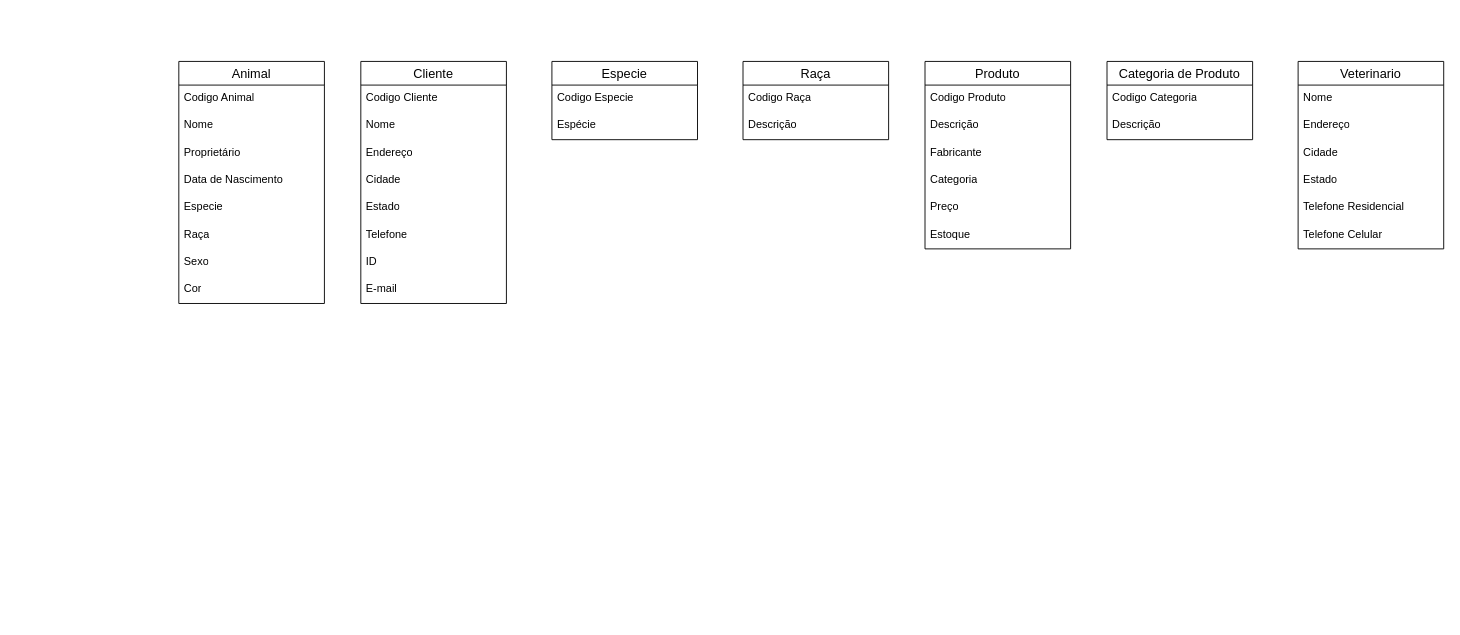
Before: MODELAGEM DE SOFTWARE Modelo Conceitual do Sistema.drawio in John-The-Fox/4-semestre, a draw.io diagram. Source tidied: cells renumbered, new cells numbered last; positions are measured from the earlier drawing's top-left corner, leaving out a move shared by most shapes. Both pictures are drawn from the tidied source at 91%, with x=0, y=0 at pixel (178, 61).
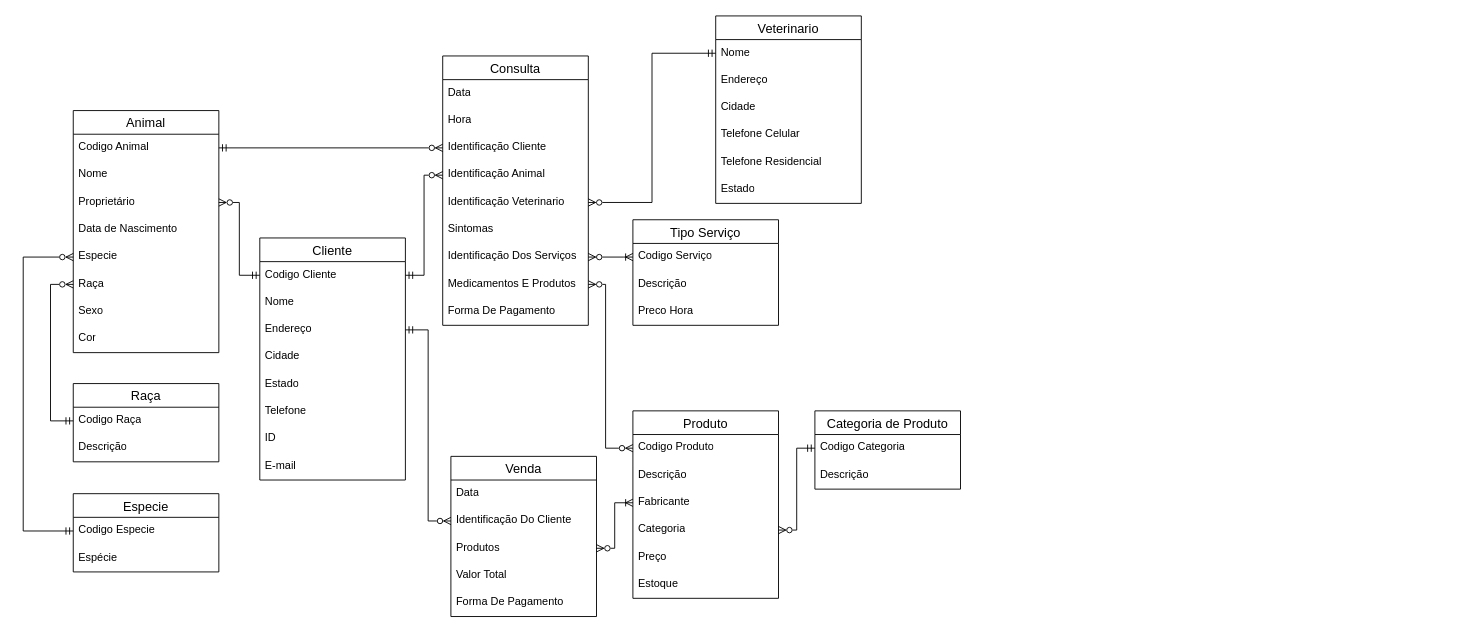
After the change.

The change refers to these unchanged cells:
```xml
<mxCell id="3" value="Codigo Animal" style="text;strokeColor=none;fillColor=none;spacingLeft=4;spacingRight=4;overflow=hidden;points=[[0,0.5],[1,0.5]];portConstraint=eastwest;fontSize=12;whiteSpace=wrap;html=1;" parent="2" vertex="1">
  <mxGeometry y="26" width="160" height="30" as="geometry" />
</mxCell>
<mxCell id="5" value="Proprietário" style="text;strokeColor=none;fillColor=none;spacingLeft=4;spacingRight=4;overflow=hidden;points=[[0,0.5],[1,0.5]];portConstraint=eastwest;fontSize=12;whiteSpace=wrap;html=1;" parent="2" vertex="1">
  <mxGeometry y="86" width="160" height="30" as="geometry" />
</mxCell>
<mxCell id="7" value="Especie" style="text;strokeColor=none;fillColor=none;spacingLeft=4;spacingRight=4;overflow=hidden;points=[[0,0.5],[1,0.5]];portConstraint=eastwest;fontSize=12;whiteSpace=wrap;html=1;" parent="2" vertex="1">
  <mxGeometry y="146" width="160" height="30" as="geometry" />
</mxCell>
<mxCell id="8" value="Raça" style="text;strokeColor=none;fillColor=none;spacingLeft=4;spacingRight=4;overflow=hidden;points=[[0,0.5],[1,0.5]];portConstraint=eastwest;fontSize=12;whiteSpace=wrap;html=1;" parent="2" vertex="1">
  <mxGeometry y="176" width="160" height="30" as="geometry" />
</mxCell>
<mxCell id="12" value="Codigo Cliente" style="text;strokeColor=none;fillColor=none;spacingLeft=4;spacingRight=4;overflow=hidden;points=[[0,0.5],[1,0.5]];portConstraint=eastwest;fontSize=12;whiteSpace=wrap;html=1;" parent="11" vertex="1">
  <mxGeometry y="26" width="160" height="30" as="geometry" />
</mxCell>
<mxCell id="14" value="Endereço" style="text;strokeColor=none;fillColor=none;spacingLeft=4;spacingRight=4;overflow=hidden;points=[[0,0.5],[1,0.5]];portConstraint=eastwest;fontSize=12;whiteSpace=wrap;html=1;" parent="11" vertex="1">
  <mxGeometry y="86" width="160" height="30" as="geometry" />
</mxCell>
<mxCell id="21" value="Codigo Especie" style="text;strokeColor=none;fillColor=none;spacingLeft=4;spacingRight=4;overflow=hidden;points=[[0,0.5],[1,0.5]];portConstraint=eastwest;fontSize=12;whiteSpace=wrap;html=1;" parent="20" vertex="1">
  <mxGeometry y="26" width="160" height="30" as="geometry" />
</mxCell>
<mxCell id="24" value="Codigo Raça" style="text;strokeColor=none;fillColor=none;spacingLeft=4;spacingRight=4;overflow=hidden;points=[[0,0.5],[1,0.5]];portConstraint=eastwest;fontSize=12;whiteSpace=wrap;html=1;" parent="23" vertex="1">
  <mxGeometry y="26" width="160" height="30" as="geometry" />
</mxCell>
<mxCell id="27" value="Codigo Produto" style="text;strokeColor=none;fillColor=none;spacingLeft=4;spacingRight=4;overflow=hidden;points=[[0,0.5],[1,0.5]];portConstraint=eastwest;fontSize=12;whiteSpace=wrap;html=1;" parent="26" vertex="1">
  <mxGeometry y="26" width="160" height="30" as="geometry" />
</mxCell>
<mxCell id="29" value="Fabricante" style="text;strokeColor=none;fillColor=none;spacingLeft=4;spacingRight=4;overflow=hidden;points=[[0,0.5],[1,0.5]];portConstraint=eastwest;fontSize=12;whiteSpace=wrap;html=1;" parent="26" vertex="1">
  <mxGeometry y="86" width="160" height="30" as="geometry" />
</mxCell>
<mxCell id="30" value="Categoria" style="text;strokeColor=none;fillColor=none;spacingLeft=4;spacingRight=4;overflow=hidden;points=[[0,0.5],[1,0.5]];portConstraint=eastwest;fontSize=12;whiteSpace=wrap;html=1;" parent="26" vertex="1">
  <mxGeometry y="116" width="160" height="30" as="geometry" />
</mxCell>
<mxCell id="34" value="Codigo Categoria" style="text;strokeColor=none;fillColor=none;spacingLeft=4;spacingRight=4;overflow=hidden;points=[[0,0.5],[1,0.5]];portConstraint=eastwest;fontSize=12;whiteSpace=wrap;html=1;" parent="33" vertex="1">
  <mxGeometry y="26" width="160" height="30" as="geometry" />
</mxCell>
<mxCell id="37" value="Nome" style="text;strokeColor=none;fillColor=none;spacingLeft=4;spacingRight=4;overflow=hidden;points=[[0,0.5],[1,0.5]];portConstraint=eastwest;fontSize=12;whiteSpace=wrap;html=1;" parent="36" vertex="1">
  <mxGeometry y="26" width="160" height="30" as="geometry" />
</mxCell>
```

The edit, as a diff of the source:
```diff
@@
     <mxCell id="2" value="Animal" style="swimlane;fontStyle=0;horizontal=1;startSize=26;align=center;fontSize=14;" parent="1" vertex="1">
-      <mxGeometry width="160" height="266" as="geometry" />
+      <mxGeometry x="-116" y="54" width="160" height="266" as="geometry" />
     </mxCell>
@@
-    <mxCell id="4" value="Nome" style="text;strokeColor=none;fillColor=none;spacingLeft=4;spacingRight=4;overflow=hidden;fontSize=12;whiteSpace=wrap;html=1;" parent="2" vertex="1">
-      <mxGeometry y="56" width="160" height="30" as="geometry" />
-    </mxCell>
+    <mxCell id="43" value="Nome" style="text;strokeColor=none;fillColor=none;spacingLeft=4;spacingRight=4;overflow=hidden;fontSize=12;whiteSpace=wrap;html=1;" parent="2" vertex="1">
+      <mxGeometry y="56" width="160" height="30" as="geometry" />
+    </mxCell>
@@
     <mxCell id="11" value="Cliente" style="swimlane;fontStyle=0;horizontal=1;startSize=26;align=center;fontSize=14;" parent="1" vertex="1">
-      <mxGeometry x="200" width="160" height="266" as="geometry" />
+      <mxGeometry x="89" y="194" width="160" height="266" as="geometry" />
     </mxCell>
@@
-    <mxCell id="13" value="Nome" style="text;strokeColor=none;fillColor=none;spacingLeft=4;spacingRight=4;overflow=hidden;fontSize=12;whiteSpace=wrap;html=1;" parent="11" vertex="1">
-      <mxGeometry y="56" width="160" height="30" as="geometry" />
-    </mxCell>
+    <mxCell id="44" value="Nome" style="text;strokeColor=none;fillColor=none;spacingLeft=4;spacingRight=4;overflow=hidden;fontSize=12;whiteSpace=wrap;html=1;" parent="11" vertex="1">
+      <mxGeometry y="56" width="160" height="30" as="geometry" />
+    </mxCell>
@@
+    <mxCell id="45" style="edgeStyle=orthogonalEdgeStyle;rounded=0;jettySize=auto;html=1;exitX=1;exitY=0.5;exitDx=0;exitDy=0;entryX=0;entryY=0.5;entryDx=0;entryDy=0;endArrow=ERmandOne;endFill=0;startArrow=ERzeroToMany;startFill=0;" parent="1" edge="1" source="5" target="12">
+      <mxGeometry relative="1" as="geometry" />
+    </mxCell>
     <mxCell id="20" value="Especie" style="swimlane;fontStyle=0;horizontal=1;startSize=26;align=center;fontSize=14;" parent="1" vertex="1">
-      <mxGeometry x="410" width="160" height="86" as="geometry" />
+      <mxGeometry x="-116" y="475" width="160" height="86" as="geometry" />
     </mxCell>
@@
     <mxCell id="23" value="Raça" style="swimlane;fontStyle=0;horizontal=1;startSize=26;align=center;fontSize=14;" parent="1" vertex="1">
-      <mxGeometry x="620" width="160" height="86" as="geometry" />
+      <mxGeometry x="-116" y="354" width="160" height="86" as="geometry" />
     </mxCell>
@@
-    <mxCell id="25" value="Descrição" style="text;strokeColor=none;fillColor=none;spacingLeft=4;spacingRight=4;overflow=hidden;fontSize=12;whiteSpace=wrap;html=1;" parent="23" vertex="1">
-      <mxGeometry y="56" width="160" height="30" as="geometry" />
-    </mxCell>
+    <mxCell id="46" value="Descrição" style="text;strokeColor=none;fillColor=none;spacingLeft=4;spacingRight=4;overflow=hidden;fontSize=12;whiteSpace=wrap;html=1;" parent="23" vertex="1">
+      <mxGeometry y="56" width="160" height="30" as="geometry" />
+    </mxCell>
+    <mxCell id="47" style="edgeStyle=orthogonalEdgeStyle;rounded=0;jettySize=auto;html=1;exitX=0;exitY=0.5;exitDx=0;exitDy=0;entryX=0;entryY=0.5;entryDx=0;entryDy=0;endArrow=ERmandOne;endFill=0;startArrow=ERzeroToMany;startFill=0;" parent="1" edge="1" source="7" target="21">
+      <mxGeometry relative="1" as="geometry">
+        <Array as="points">
+          <mxPoint x="-171" y="215" />
+          <mxPoint x="-171" y="516" />
+        </Array>
+      </mxGeometry>
+    </mxCell>
+    <mxCell id="48" style="edgeStyle=orthogonalEdgeStyle;rounded=0;jettySize=auto;html=1;exitX=0;exitY=0.5;exitDx=0;exitDy=0;entryX=0;entryY=0.5;entryDx=0;entryDy=0;endArrow=ERmandOne;endFill=0;startArrow=ERzeroToMany;startFill=0;" parent="1" edge="1" source="8" target="24">
+      <mxGeometry relative="1" as="geometry">
+        <Array as="points">
+          <mxPoint x="-141" y="245" />
+          <mxPoint x="-141" y="395" />
+        </Array>
+      </mxGeometry>
+    </mxCell>
+    <mxCell id="49" value="Venda" style="swimlane;fontStyle=0;horizontal=1;startSize=26;align=center;fontSize=14;" parent="1" vertex="1">
+      <mxGeometry x="299" y="434" width="160" height="176" as="geometry" />
+    </mxCell>
+    <mxCell id="50" value="Data" style="text;strokeColor=none;fillColor=none;spacingLeft=4;spacingRight=4;overflow=hidden;fontSize=12;whiteSpace=wrap;html=1;" parent="49" vertex="1">
+      <mxGeometry y="26" width="160" height="30" as="geometry" />
+    </mxCell>
+    <mxCell id="51" value="&lt;div&gt;Identificação Do Cliente&lt;/div&gt;&lt;div&gt;&lt;br&gt;&lt;/div&gt;" style="text;strokeColor=none;fillColor=none;spacingLeft=4;spacingRight=4;overflow=hidden;points=[[0,0.5],[1,0.5]];portConstraint=eastwest;fontSize=12;whiteSpace=wrap;html=1;" parent="49" vertex="1">
+      <mxGeometry y="56" width="160" height="30" as="geometry" />
+    </mxCell>
+    <mxCell id="52" value="&lt;div&gt;&lt;div&gt;Produtos&lt;/div&gt;&lt;/div&gt;&lt;div&gt;&lt;br&gt;&lt;/div&gt;" style="text;strokeColor=none;fillColor=none;spacingLeft=4;spacingRight=4;overflow=hidden;points=[[0,0.5],[1,0.5]];portConstraint=eastwest;fontSize=12;whiteSpace=wrap;html=1;" parent="49" vertex="1">
+      <mxGeometry y="86" width="160" height="30" as="geometry" />
+    </mxCell>
+    <mxCell id="53" value="&lt;div&gt;&lt;div&gt;Valor Total&lt;/div&gt;&lt;/div&gt;&lt;div&gt;&lt;br&gt;&lt;/div&gt;" style="text;strokeColor=none;fillColor=none;spacingLeft=4;spacingRight=4;overflow=hidden;fontSize=12;whiteSpace=wrap;html=1;" parent="49" vertex="1">
+      <mxGeometry y="116" width="160" height="30" as="geometry" />
+    </mxCell>
+    <mxCell id="54" value="&lt;div&gt;&lt;div&gt;Forma De Pagamento&lt;/div&gt;&lt;/div&gt;&lt;div&gt;&lt;br&gt;&lt;/div&gt;" style="text;strokeColor=none;fillColor=none;spacingLeft=4;spacingRight=4;overflow=hidden;fontSize=12;whiteSpace=wrap;html=1;" parent="49" vertex="1">
+      <mxGeometry y="146" width="160" height="30" as="geometry" />
+    </mxCell>
+    <mxCell id="55" style="edgeStyle=orthogonalEdgeStyle;rounded=0;jettySize=auto;html=1;exitX=0;exitY=0.5;exitDx=0;exitDy=0;entryX=1;entryY=0.5;entryDx=0;entryDy=0;endArrow=ERmandOne;endFill=0;startArrow=ERzeroToMany;startFill=0;" parent="1" edge="1" source="51" target="14">
+      <mxGeometry relative="1" as="geometry" />
+    </mxCell>
+    <mxCell id="56" value="Consulta" style="swimlane;fontStyle=0;horizontal=1;startSize=26;align=center;fontSize=14;" parent="1" vertex="1">
+      <mxGeometry x="290" y="-6" width="160" height="296" as="geometry" />
+    </mxCell>
+    <mxCell id="57" value="Data" style="text;strokeColor=none;fillColor=none;spacingLeft=4;spacingRight=4;overflow=hidden;fontSize=12;whiteSpace=wrap;html=1;" parent="56" vertex="1">
+      <mxGeometry y="26" width="160" height="30" as="geometry" />
+    </mxCell>
+    <mxCell id="58" value="Hora" style="text;strokeColor=none;fillColor=none;spacingLeft=4;spacingRight=4;overflow=hidden;fontSize=12;whiteSpace=wrap;html=1;" parent="56" vertex="1">
+      <mxGeometry y="56" width="160" height="30" as="geometry" />
+    </mxCell>
+    <mxCell id="59" value="&lt;div&gt;Identificação Cliente&lt;/div&gt;&lt;div&gt;&lt;br&gt;&lt;/div&gt;" style="text;strokeColor=none;fillColor=none;spacingLeft=4;spacingRight=4;overflow=hidden;points=[[0,0.5],[1,0.5]];portConstraint=eastwest;fontSize=12;whiteSpace=wrap;html=1;" parent="56" vertex="1">
+      <mxGeometry y="86" width="160" height="30" as="geometry" />
+    </mxCell>
+    <mxCell id="60" value="&lt;div&gt;Identificação Animal&lt;/div&gt;&lt;div&gt;&lt;br&gt;&lt;/div&gt;" style="text;strokeColor=none;fillColor=none;spacingLeft=4;spacingRight=4;overflow=hidden;points=[[0,0.5],[1,0.5]];portConstraint=eastwest;fontSize=12;whiteSpace=wrap;html=1;" parent="56" vertex="1">
+      <mxGeometry y="116" width="160" height="30" as="geometry" />
+    </mxCell>
+    <mxCell id="61" value="&lt;div&gt;Identificação Veterinario&lt;/div&gt;&lt;div&gt;&lt;br&gt;&lt;/div&gt;" style="text;strokeColor=none;fillColor=none;spacingLeft=4;spacingRight=4;overflow=hidden;points=[[0,0.5],[1,0.5]];portConstraint=eastwest;fontSize=12;whiteSpace=wrap;html=1;" parent="56" vertex="1">
+      <mxGeometry y="146" width="160" height="30" as="geometry" />
+    </mxCell>
+    <mxCell id="62" value="&lt;div&gt;Sintomas&lt;/div&gt;&lt;div&gt;&lt;br&gt;&lt;/div&gt;" style="text;strokeColor=none;fillColor=none;spacingLeft=4;spacingRight=4;overflow=hidden;fontSize=12;whiteSpace=wrap;html=1;" parent="56" vertex="1">
+      <mxGeometry y="176" width="160" height="30" as="geometry" />
+    </mxCell>
+    <mxCell id="63" value="&lt;div&gt;&lt;div&gt;Identificação Dos Serviços&lt;/div&gt;&lt;/div&gt;&lt;div&gt;&lt;br&gt;&lt;/div&gt;" style="text;strokeColor=none;fillColor=none;spacingLeft=4;spacingRight=4;overflow=hidden;points=[[0,0.5],[1,0.5]];portConstraint=eastwest;fontSize=12;whiteSpace=wrap;html=1;" parent="56" vertex="1">
+      <mxGeometry y="206" width="160" height="30" as="geometry" />
+    </mxCell>
+    <mxCell id="64" value="&lt;div&gt;&lt;div&gt;&lt;div&gt;Medicamentos E Produtos&lt;/div&gt;&lt;/div&gt;&lt;/div&gt;&lt;div&gt;&lt;br&gt;&lt;/div&gt;" style="text;strokeColor=none;fillColor=none;spacingLeft=4;spacingRight=4;overflow=hidden;points=[[0,0.5],[1,0.5]];portConstraint=eastwest;fontSize=12;whiteSpace=wrap;html=1;" parent="56" vertex="1">
+      <mxGeometry y="236" width="160" height="30" as="geometry" />
+    </mxCell>
+    <mxCell id="65" value="&lt;div&gt;&lt;div&gt;&lt;div&gt;Forma De Pagamento&lt;/div&gt;&lt;/div&gt;&lt;/div&gt;&lt;div&gt;&lt;br&gt;&lt;/div&gt;" style="text;strokeColor=none;fillColor=none;spacingLeft=4;spacingRight=4;overflow=hidden;fontSize=12;whiteSpace=wrap;html=1;" parent="56" vertex="1">
+      <mxGeometry y="266" width="160" height="30" as="geometry" />
+    </mxCell>
+    <mxCell id="66" style="edgeStyle=orthogonalEdgeStyle;rounded=0;jettySize=auto;html=1;exitX=0;exitY=0.5;exitDx=0;exitDy=0;entryX=1;entryY=0.5;entryDx=0;entryDy=0;endArrow=ERmandOne;endFill=0;startArrow=ERzeroToMany;startFill=0;" parent="1" edge="1" source="60" target="12">
+      <mxGeometry relative="1" as="geometry" />
+    </mxCell>
     <mxCell id="26" value="Produto" style="swimlane;fontStyle=0;horizontal=1;startSize=26;align=center;fontSize=14;" parent="1" vertex="1">
-      <mxGeometry x="820" width="160" height="206" as="geometry" />
+      <mxGeometry x="499" y="384" width="160" height="206" as="geometry" />
     </mxCell>
@@
-    <mxCell id="28" value="Descrição" style="text;strokeColor=none;fillColor=none;spacingLeft=4;spacingRight=4;overflow=hidden;fontSize=12;whiteSpace=wrap;html=1;" parent="26" vertex="1">
-      <mxGeometry y="56" width="160" height="30" as="geometry" />
-    </mxCell>
+    <mxCell id="67" value="Descrição" style="text;strokeColor=none;fillColor=none;spacingLeft=4;spacingRight=4;overflow=hidden;fontSize=12;whiteSpace=wrap;html=1;" parent="26" vertex="1">
+      <mxGeometry y="56" width="160" height="30" as="geometry" />
+    </mxCell>
@@
     <mxCell id="33" value="Categoria de Produto" style="swimlane;fontStyle=0;horizontal=1;startSize=26;align=center;fontSize=14;" parent="1" vertex="1">
-      <mxGeometry x="1020" width="160" height="86" as="geometry" />
+      <mxGeometry x="699" y="384" width="160" height="86" as="geometry" />
     </mxCell>
@@
-    <mxCell id="35" value="Descrição" style="text;strokeColor=none;fillColor=none;spacingLeft=4;spacingRight=4;overflow=hidden;fontSize=12;whiteSpace=wrap;html=1;" parent="33" vertex="1">
-      <mxGeometry y="56" width="160" height="30" as="geometry" />
-    </mxCell>
+    <mxCell id="68" value="Descrição" style="text;strokeColor=none;fillColor=none;spacingLeft=4;spacingRight=4;overflow=hidden;fontSize=12;whiteSpace=wrap;html=1;" parent="33" vertex="1">
+      <mxGeometry y="56" width="160" height="30" as="geometry" />
+    </mxCell>
+    <mxCell id="69" style="edgeStyle=orthogonalEdgeStyle;rounded=0;jettySize=auto;html=1;exitX=1;exitY=0.5;exitDx=0;exitDy=0;entryX=0;entryY=0.5;entryDx=0;entryDy=0;endArrow=ERmandOne;endFill=0;startArrow=ERzeroToMany;startFill=0;" parent="1" edge="1" source="30" target="34">
+      <mxGeometry relative="1" as="geometry" />
+    </mxCell>
+    <mxCell id="70" style="edgeStyle=orthogonalEdgeStyle;rounded=0;jettySize=auto;html=1;exitX=1;exitY=0.5;exitDx=0;exitDy=0;entryX=0;entryY=0.5;entryDx=0;entryDy=0;endArrow=ERzeroToMany;endFill=0;startArrow=ERzeroToMany;startFill=0;" parent="1" edge="1" source="64" target="27">
+      <mxGeometry relative="1" as="geometry">
+        <Array as="points">
+          <mxPoint x="469" y="245" />
+          <mxPoint x="469" y="425" />
+        </Array>
+      </mxGeometry>
+    </mxCell>
+    <mxCell id="71" value="Tipo Serviço" style="swimlane;fontStyle=0;horizontal=1;startSize=26;align=center;fontSize=14;" parent="1" vertex="1">
+      <mxGeometry x="499" y="174" width="160" height="116" as="geometry" />
+    </mxCell>
+    <mxCell id="72" value="Codigo Serviço&lt;br&gt;" style="text;strokeColor=none;fillColor=none;spacingLeft=4;spacingRight=4;overflow=hidden;points=[[0,0.5],[1,0.5]];portConstraint=eastwest;fontSize=12;whiteSpace=wrap;html=1;" parent="71" vertex="1">
+      <mxGeometry y="26" width="160" height="30" as="geometry" />
+    </mxCell>
+    <mxCell id="73" value="Descrição" style="text;strokeColor=none;fillColor=none;spacingLeft=4;spacingRight=4;overflow=hidden;fontSize=12;whiteSpace=wrap;html=1;" parent="71" vertex="1">
+      <mxGeometry y="56" width="160" height="30" as="geometry" />
+    </mxCell>
+    <mxCell id="74" value="Preco Hora" style="text;strokeColor=none;fillColor=none;spacingLeft=4;spacingRight=4;overflow=hidden;fontSize=12;whiteSpace=wrap;html=1;" parent="71" vertex="1">
+      <mxGeometry y="86" width="160" height="30" as="geometry" />
+    </mxCell>
+    <mxCell id="75" style="edgeStyle=orthogonalEdgeStyle;rounded=0;jettySize=auto;html=1;exitX=1;exitY=0.5;exitDx=0;exitDy=0;entryX=0;entryY=0.5;entryDx=0;entryDy=0;endArrow=ERoneToMany;endFill=0;startArrow=ERzeroToMany;startFill=0;" parent="1" edge="1" source="63" target="72">
+      <mxGeometry relative="1" as="geometry">
+        <Array as="points">
+          <mxPoint x="489" y="215" />
+          <mxPoint x="489" y="215" />
+        </Array>
+      </mxGeometry>
+    </mxCell>
     <mxCell id="36" value="Veterinario" style="swimlane;fontStyle=0;horizontal=1;startSize=26;align=center;fontSize=14;" parent="1" vertex="1">
-      <mxGeometry x="1230" width="160" height="206" as="geometry" />
+      <mxGeometry x="590" y="-50" width="160" height="206" as="geometry" />
     </mxCell>
@@
+    <mxCell id="42" value="Telefone Celular" style="text;strokeColor=none;fillColor=none;spacingLeft=4;spacingRight=4;overflow=hidden;fontSize=12;whiteSpace=wrap;html=1;" parent="36" vertex="1">
+      <mxGeometry y="116" width="160" height="30" as="geometry" />
+    </mxCell>
+    <mxCell id="41" value="Telefone Residencial" style="text;strokeColor=none;fillColor=none;spacingLeft=4;spacingRight=4;overflow=hidden;fontSize=12;whiteSpace=wrap;html=1;" parent="36" vertex="1">
+      <mxGeometry y="146" width="160" height="30" as="geometry" />
+    </mxCell>
     <mxCell id="40" value="Estado" style="text;strokeColor=none;fillColor=none;spacingLeft=4;spacingRight=4;overflow=hidden;fontSize=12;whiteSpace=wrap;html=1;" parent="36" vertex="1">
-      <mxGeometry y="116" width="160" height="30" as="geometry" />
+      <mxGeometry y="176" width="160" height="30" as="geometry" />
     </mxCell>
-    <mxCell id="41" value="Telefone Residencial" style="text;strokeColor=none;fillColor=none;spacingLeft=4;spacingRight=4;overflow=hidden;fontSize=12;whiteSpace=wrap;html=1;" parent="36" vertex="1">
-      <mxGeometry y="146" width="160" height="30" as="geometry" />
-    </mxCell>
-    <mxCell id="42" value="Telefone Celular" style="text;strokeColor=none;fillColor=none;spacingLeft=4;spacingRight=4;overflow=hidden;fontSize=12;whiteSpace=wrap;html=1;" parent="36" vertex="1">
-      <mxGeometry y="176" width="160" height="30" as="geometry" />
-    </mxCell>
+    <mxCell id="76" style="edgeStyle=orthogonalEdgeStyle;rounded=0;jettySize=auto;html=1;exitX=1;exitY=0.5;exitDx=0;exitDy=0;entryX=0;entryY=0.5;entryDx=0;entryDy=0;endArrow=ERmandOne;endFill=0;startArrow=ERzeroToMany;startFill=0;" parent="1" edge="1" source="61" target="37">
+      <mxGeometry relative="1" as="geometry" />
+    </mxCell>
+    <mxCell id="77" style="edgeStyle=orthogonalEdgeStyle;rounded=0;jettySize=auto;html=1;exitX=1;exitY=0.5;exitDx=0;exitDy=0;entryX=0;entryY=0.5;entryDx=0;entryDy=0;endArrow=ERzeroToMany;endFill=0;startArrow=ERmandOne;startFill=0;" parent="1" edge="1" source="3" target="59">
+      <mxGeometry relative="1" as="geometry" />
+    </mxCell>
+    <mxCell id="78" style="edgeStyle=orthogonalEdgeStyle;rounded=0;jettySize=auto;html=1;exitX=1;exitY=0.5;exitDx=0;exitDy=0;entryX=0;entryY=0.5;entryDx=0;entryDy=0;endArrow=ERoneToMany;endFill=0;startArrow=ERzeroToMany;startFill=0;" parent="1" edge="1" source="52" target="29">
+      <mxGeometry relative="1" as="geometry" />
+    </mxCell>
```
